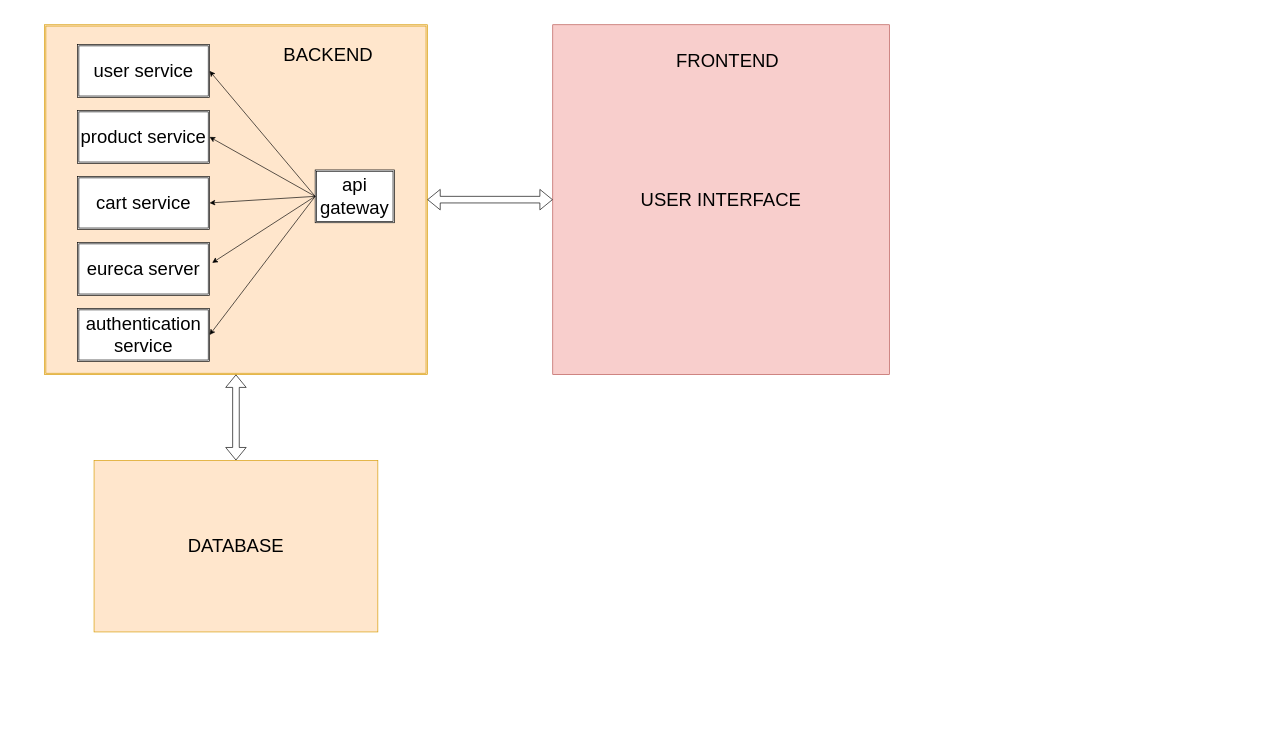
This is docs/diagrams/src/component_deployment.drawio from IIArturll/autoparts-online-shop, a draw.io file, before an edit. Source tidied: cells renumbered, new cells numbered last; positions are measured from the earlier drawing's top-left corner, leaving out a move shared by most shapes. Both pictures are drawn from the tidied source at 66%, with x=0, y=0 at pixel (44, 24).
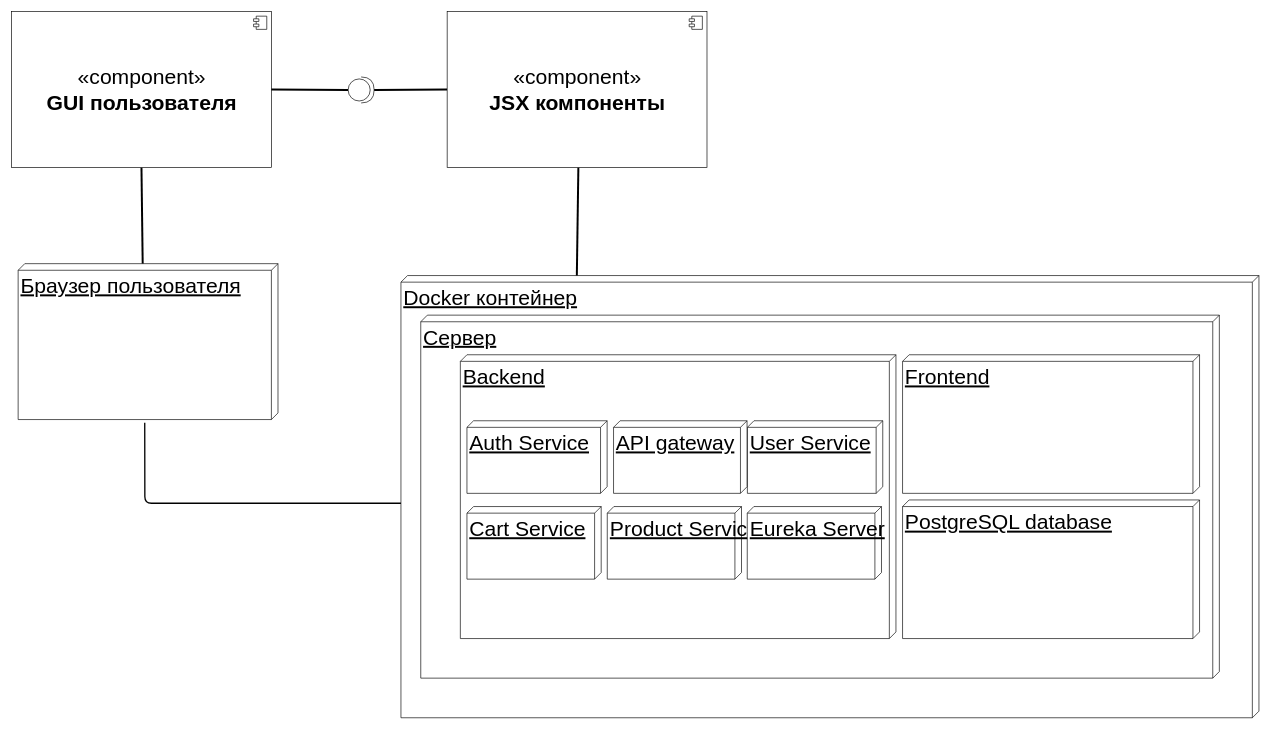
Above is the later version.

Commit message (it also covers changes not shown here):
deployment diagram refactor

The edit, as a diff of the source:
```diff
@@
-    <mxCell id="2" style="shape=ext;double=1;rounded=0;whiteSpace=wrap;html=1;fontSize=28;fillColor=#ffe6cc;strokeColor=#d79b00;" parent="1" vertex="1">
-      <mxGeometry width="580" height="530" as="geometry" />
-    </mxCell>
-    <mxCell id="3" value="user service" style="shape=ext;double=1;rounded=0;whiteSpace=wrap;html=1;fontSize=28;" parent="1" vertex="1">
-      <mxGeometry x="50" y="30" width="200" height="80" as="geometry" />
-    </mxCell>
-    <mxCell id="4" value="product service" style="shape=ext;double=1;rounded=0;whiteSpace=wrap;html=1;fontSize=28;" parent="1" vertex="1">
-      <mxGeometry x="50" y="130" width="200" height="80" as="geometry" />
-    </mxCell>
-    <mxCell id="5" value="api gateway&lt;br style=&quot;font-size: 28px;&quot;&gt;" style="shape=ext;double=1;rounded=0;whiteSpace=wrap;html=1;fontSize=28;" parent="1" vertex="1">
-      <mxGeometry x="410" y="220" width="120" height="80" as="geometry" />
-    </mxCell>
-    <mxCell id="6" value="cart service" style="shape=ext;double=1;rounded=0;whiteSpace=wrap;html=1;fontSize=28;" parent="1" vertex="1">
-      <mxGeometry x="50" y="230" width="200" height="80" as="geometry" />
-    </mxCell>
-    <mxCell id="7" value="eureca server" style="shape=ext;double=1;rounded=0;whiteSpace=wrap;html=1;fontSize=28;" parent="1" vertex="1">
-      <mxGeometry x="50" y="330" width="200" height="80" as="geometry" />
-    </mxCell>
-    <mxCell id="8" value="authentication service" style="shape=ext;double=1;rounded=0;whiteSpace=wrap;html=1;fontSize=28;" parent="1" vertex="1">
-      <mxGeometry x="50" y="430" width="200" height="80" as="geometry" />
-    </mxCell>
-    <mxCell id="9" style="endArrow=classic;html=1;rounded=0;exitX=0;exitY=0.5;exitDx=0;exitDy=0;entryX=1;entryY=0.5;entryDx=0;entryDy=0;fontSize=28;" parent="1" edge="1" source="5" target="3">
-      <mxGeometry relative="1" as="geometry" />
-    </mxCell>
-    <mxCell id="10" style="endArrow=classic;html=1;rounded=0;entryX=1;entryY=0.5;entryDx=0;entryDy=0;exitX=0;exitY=0.5;exitDx=0;exitDy=0;fontSize=28;" parent="1" edge="1" source="5" target="4">
-      <mxGeometry relative="1" as="geometry" />
-    </mxCell>
-    <mxCell id="11" style="endArrow=classic;html=1;rounded=0;exitX=0;exitY=0.5;exitDx=0;exitDy=0;entryX=1;entryY=0.5;entryDx=0;entryDy=0;fontSize=28;" parent="1" edge="1" source="5" target="6">
-      <mxGeometry relative="1" as="geometry" />
-    </mxCell>
-    <mxCell id="12" style="endArrow=classic;html=1;rounded=0;exitX=0;exitY=0.5;exitDx=0;exitDy=0;entryX=1.02;entryY=0.384;entryDx=0;entryDy=0;entryPerimeter=0;fontSize=28;" parent="1" edge="1" source="5" target="7">
-      <mxGeometry relative="1" as="geometry" />
-    </mxCell>
-    <mxCell id="13" style="endArrow=classic;html=1;rounded=0;entryX=1;entryY=0.5;entryDx=0;entryDy=0;exitX=0;exitY=0.5;exitDx=0;exitDy=0;fontSize=28;" parent="1" edge="1" source="5" target="8">
-      <mxGeometry relative="1" as="geometry" />
-    </mxCell>
-    <mxCell id="14" value="USER INTERFACE" style="rounded=0;whiteSpace=wrap;html=1;fontSize=28;fillColor=#f8cecc;strokeColor=#b85450;" parent="1" vertex="1">
-      <mxGeometry x="770" width="510" height="530" as="geometry" />
-    </mxCell>
-    <mxCell id="15" style="shape=flexArrow;endArrow=classic;startArrow=classic;html=1;rounded=0;entryX=0;entryY=0.5;entryDx=0;entryDy=0;exitX=1;exitY=0.5;exitDx=0;exitDy=0;fontSize=28;" parent="1" edge="1" source="2" target="14">
-      <mxGeometry relative="1" as="geometry" />
-    </mxCell>
-    <mxCell id="16" value="BACKEND" style="text;html=1;strokeColor=none;fillColor=none;align=center;verticalAlign=middle;whiteSpace=wrap;rounded=0;fontSize=28;" parent="1" vertex="1">
-      <mxGeometry x="400" y="30" width="60" height="30" as="geometry" />
-    </mxCell>
-    <mxCell id="17" value="FRONTEND" style="text;html=1;strokeColor=none;fillColor=none;align=center;verticalAlign=middle;whiteSpace=wrap;rounded=0;fontSize=28;" parent="1" vertex="1">
-      <mxGeometry x="1005" y="40" width="60" height="30" as="geometry" />
-    </mxCell>
-    <mxCell id="18" value="DATABASE" style="rounded=0;whiteSpace=wrap;html=1;fontSize=28;fillColor=#ffe6cc;strokeColor=#d79b00;" parent="1" vertex="1">
-      <mxGeometry x="75" y="660" width="430" height="260" as="geometry" />
-    </mxCell>
-    <mxCell id="19" style="shape=flexArrow;endArrow=classic;startArrow=classic;html=1;rounded=0;entryX=0.5;entryY=1;entryDx=0;entryDy=0;exitX=0.5;exitY=0;exitDx=0;exitDy=0;fontSize=28;" parent="1" edge="1" source="18" target="2">
-      <mxGeometry relative="1" as="geometry" />
-    </mxCell>
+    <mxCell id="20" value="Docker контейнер" style="verticalAlign=top;align=left;spacingTop=8;spacingLeft=2;spacingRight=12;shape=cube;size=10;direction=south;fontStyle=4;html=1;fillStyle=auto;fontSize=32;fontColor=default;" parent="1" vertex="1">
+      <mxGeometry x="540" y="380" width="1300" height="670" as="geometry" />
+    </mxCell>
+    <mxCell id="21" value="Сервер" style="verticalAlign=top;align=left;spacingTop=8;spacingLeft=2;spacingRight=12;shape=cube;size=10;direction=south;fontStyle=4;html=1;fillStyle=auto;fontSize=32;fontColor=default;" parent="1" vertex="1">
+      <mxGeometry x="570" y="440" width="1210" height="550" as="geometry" />
+    </mxCell>
+    <mxCell id="22" value="Backend" style="verticalAlign=top;align=left;spacingTop=8;spacingLeft=2;spacingRight=12;shape=cube;size=10;direction=south;fontStyle=4;html=1;fontSize=32;" parent="1" vertex="1">
+      <mxGeometry x="630" y="500" width="660" height="430" as="geometry" />
+    </mxCell>
+    <mxCell id="23" style="edgeStyle=none;html=1;exitX=0;exitY=0;exitDx=0;exitDy=205;exitPerimeter=0;entryX=0.5;entryY=1;entryDx=0;entryDy=0;strokeWidth=3;fontSize=32;fontColor=default;endArrow=none;endFill=0;endSize=6;" parent="1" edge="1" source="25" target="27">
+      <mxGeometry relative="1" as="geometry" />
+    </mxCell>
+    <mxCell id="24" style="edgeStyle=none;html=1;exitX=0;exitY=0;exitDx=236.22;exitDy=201.85;exitPerimeter=0;entryX=0;entryY=0;entryDx=340;entryDy=1300;entryPerimeter=0;strokeWidth=2;endArrow=none;endFill=0;" parent="1" edge="1">
+      <mxGeometry relative="1" as="geometry">
+        <mxPoint x="151.8" y="603.2" as="sourcePoint" />
+        <mxPoint x="540" y="725" as="targetPoint" />
+        <Array as="points">
+          <mxPoint x="152" y="725" />
+        </Array>
+      </mxGeometry>
+    </mxCell>
+    <mxCell id="25" value="Браузер пользователя" style="verticalAlign=top;align=left;spacingTop=8;spacingLeft=2;spacingRight=12;shape=cube;size=10;direction=south;fontStyle=4;html=1;fillStyle=auto;fontSize=32;fontColor=default;" parent="1" vertex="1">
+      <mxGeometry x="-40" y="362" width="393.7" height="236.2" as="geometry" />
+    </mxCell>
+    <mxCell id="26" style="edgeStyle=none;html=1;exitX=1;exitY=0.5;exitDx=0;exitDy=0;entryX=0;entryY=0.5;entryDx=0;entryDy=0;strokeWidth=3;fontSize=32;fontColor=default;endArrow=none;endFill=0;endSize=6;startArrow=none;" parent="1" edge="1" source="33" target="30">
+      <mxGeometry relative="1" as="geometry" />
+    </mxCell>
+    <mxCell id="27" value="«component»&lt;br&gt;&lt;b&gt;GUI пользователя&lt;/b&gt;" style="html=1;fillStyle=auto;fontSize=32;fontColor=default;" parent="1" vertex="1">
+      <mxGeometry x="-50" y="-20" width="393.7" height="236.2" as="geometry" />
+    </mxCell>
+    <mxCell id="28" style="shape=module;jettyWidth=8;jettyHeight=4;fillStyle=auto;fontSize=32;fontColor=default;" parent="27" vertex="1">
+      <mxGeometry x="1" width="20" height="20" relative="1" as="geometry">
+        <mxPoint x="-27" y="7" as="offset" />
+      </mxGeometry>
+    </mxCell>
+    <mxCell id="29" style="edgeStyle=none;html=1;exitX=0.5;exitY=1;exitDx=0;exitDy=0;strokeWidth=3;fontSize=8;fontColor=default;endArrow=none;endFill=0;endSize=6;entryX=0;entryY=0.795;entryDx=0;entryDy=0;entryPerimeter=0;" parent="1" edge="1" target="20">
+      <mxGeometry relative="1" as="geometry">
+        <mxPoint x="808.8" y="216.2" as="sourcePoint" />
+      </mxGeometry>
+    </mxCell>
+    <mxCell id="30" value="«component»&lt;br&gt;&lt;b&gt;JSX компоненты&lt;/b&gt;" style="html=1;fillStyle=auto;fontSize=32;fontColor=default;" parent="1" vertex="1">
+      <mxGeometry x="610" y="-20" width="393.7" height="236.2" as="geometry" />
+    </mxCell>
+    <mxCell id="31" style="shape=module;jettyWidth=8;jettyHeight=4;fillStyle=auto;fontSize=32;fontColor=default;" parent="30" vertex="1">
+      <mxGeometry x="1" width="20" height="20" relative="1" as="geometry">
+        <mxPoint x="-27" y="7" as="offset" />
+      </mxGeometry>
+    </mxCell>
+    <mxCell id="32" style="edgeStyle=none;html=1;exitX=1;exitY=0.5;exitDx=0;exitDy=0;entryX=0;entryY=0.5;entryDx=0;entryDy=0;strokeWidth=3;fontSize=32;fontColor=default;endArrow=none;endFill=0;endSize=6;" parent="1" edge="1" source="27" target="33">
+      <mxGeometry relative="1" as="geometry" />
+    </mxCell>
+    <mxCell id="33" style="shape=providedRequiredInterface;html=1;verticalLabelPosition=bottom;sketch=0;fillStyle=auto;fontSize=32;fontColor=default;" parent="1" vertex="1">
+      <mxGeometry x="460" y="79.1" width="39.4" height="39.4" as="geometry" />
+    </mxCell>
+    <mxCell id="34" style="group;fontSize=10;" parent="1" vertex="1">
+      <mxGeometry x="640" y="600" width="630" height="240" as="geometry" />
+    </mxCell>
+    <mxCell id="35" value="User Service" style="verticalAlign=top;align=left;spacingTop=8;spacingLeft=2;spacingRight=12;shape=cube;size=10;direction=south;fontStyle=4;html=1;fontSize=32;fontColor=default;horizontal=1;fillStyle=auto;perimeterSpacing=0;" parent="34" vertex="1">
+      <mxGeometry x="424.9" width="205.1" height="110" as="geometry" />
+    </mxCell>
+    <mxCell id="36" value="Auth Service" style="verticalAlign=top;align=left;spacingTop=8;spacingLeft=2;spacingRight=12;shape=cube;size=10;direction=south;fontStyle=4;html=1;fontSize=32;fontColor=default;horizontal=1;fillStyle=auto;perimeterSpacing=0;" parent="34" vertex="1">
+      <mxGeometry width="212.4" height="110" as="geometry" />
+    </mxCell>
+    <mxCell id="37" value="API gateway" style="verticalAlign=top;align=left;spacingTop=8;spacingLeft=2;spacingRight=12;shape=cube;size=10;direction=south;fontStyle=4;html=1;fontSize=32;fontColor=default;horizontal=1;fillStyle=auto;perimeterSpacing=0;" parent="34" vertex="1">
+      <mxGeometry x="222.1" width="202.3" height="110" as="geometry" />
+    </mxCell>
+    <mxCell id="38" style="group;" parent="34" vertex="1">
+      <mxGeometry y="130" width="628.1" height="110" as="geometry" />
+    </mxCell>
+    <mxCell id="39" value="Product Service" style="verticalAlign=top;align=left;spacingTop=8;spacingLeft=2;spacingRight=12;shape=cube;size=10;direction=south;fontStyle=4;html=1;fontSize=32;fontColor=default;horizontal=1;fillStyle=auto;perimeterSpacing=0;" parent="38" vertex="1">
+      <mxGeometry x="212.6" width="203.4" height="110" as="geometry" />
+    </mxCell>
+    <mxCell id="40" value="Cart Service" style="verticalAlign=top;align=left;spacingTop=8;spacingLeft=2;spacingRight=12;shape=cube;size=10;direction=south;fontStyle=4;html=1;fontSize=32;fontColor=default;horizontal=1;fillStyle=auto;perimeterSpacing=0;" parent="38" vertex="1">
+      <mxGeometry width="203.4" height="110" as="geometry" />
+    </mxCell>
+    <mxCell id="41" value="Eureka Server" style="verticalAlign=top;align=left;spacingTop=8;spacingLeft=2;spacingRight=12;shape=cube;size=10;direction=south;fontStyle=4;html=1;fontSize=32;fontColor=default;horizontal=1;fillStyle=auto;perimeterSpacing=0;" parent="38" vertex="1">
+      <mxGeometry x="424.7" width="203.4" height="110" as="geometry" />
+    </mxCell>
+    <mxCell id="42" value="Frontend" style="verticalAlign=top;align=left;spacingTop=8;spacingLeft=2;spacingRight=12;shape=cube;size=10;direction=south;fontStyle=4;html=1;fontSize=32;" parent="1" vertex="1">
+      <mxGeometry x="1300" y="500" width="450" height="210" as="geometry" />
+    </mxCell>
+    <mxCell id="43" value="PostgreSQL database" style="verticalAlign=top;align=left;spacingTop=8;spacingLeft=2;spacingRight=12;shape=cube;size=10;direction=south;fontStyle=4;html=1;fontSize=32;" parent="1" vertex="1">
+      <mxGeometry x="1300" y="720" width="450" height="210" as="geometry" />
+    </mxCell>
```
